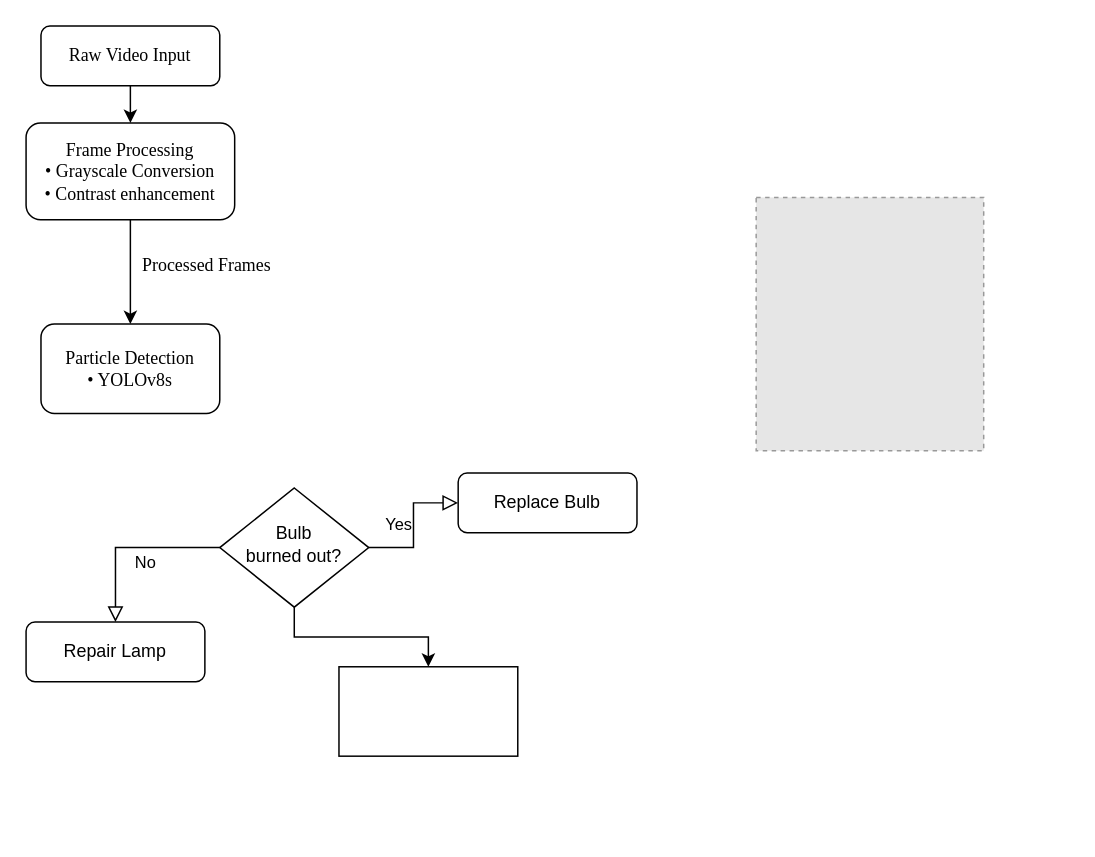
14790897/550-preprocess keeps this draw.io diagram as Untitled Diagram.drawio. Above is the earlier version. Source tidied: cells renumbered, new cells numbered last; positions are measured from the earlier drawing's top-left corner, leaving out a move shared by most shapes. Both pictures are drawn from the tidied source at 149%, with x=0, y=0 at pixel (25, 25). Pictures stored in the file or linked from it are replaced by grey dashed boxes.
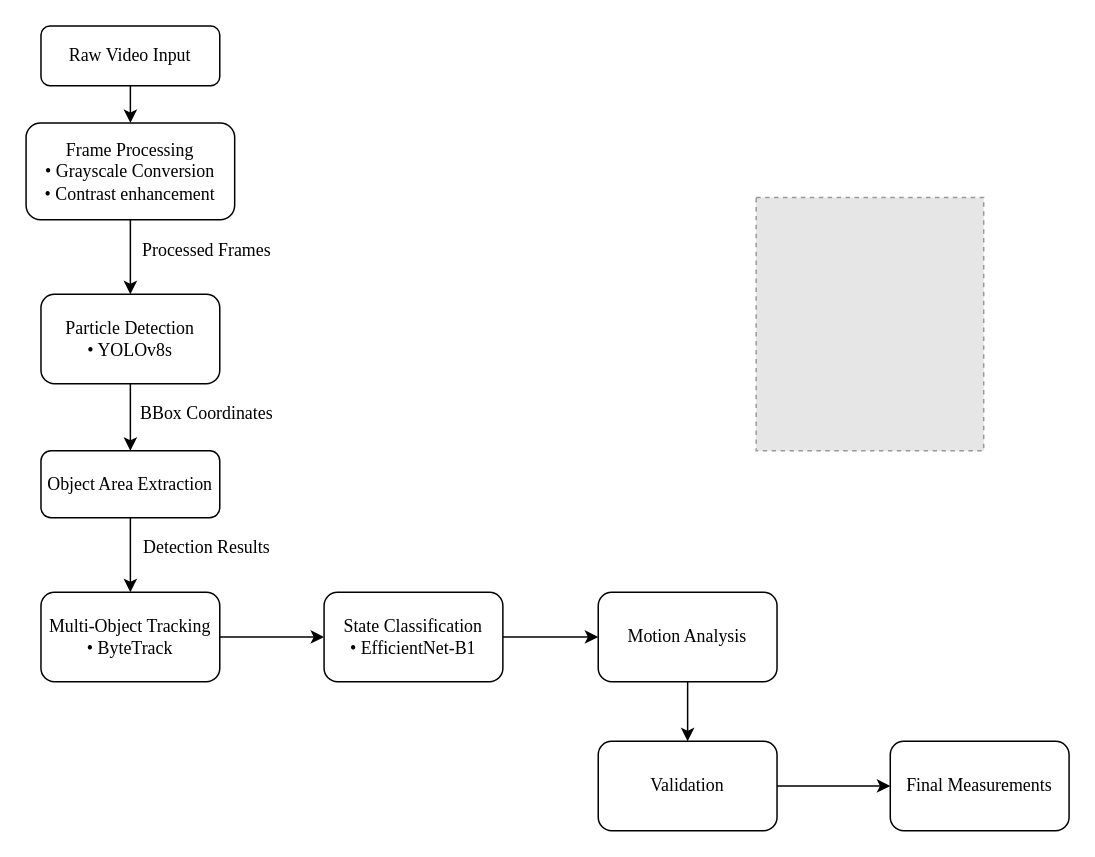
The same page after the edit.

Unchanged cells that the change refers to:
```xml
<mxCell id="12" style="edgeStyle=orthogonalEdgeStyle;rounded=0;jettySize=auto;html=1;entryX=0.5;entryY=0;entryDx=0;entryDy=0;fontFamily=Times New Roman;fontSize=12;fontColor=default;" parent="1" edge="1" source="14" target="15">
  <mxGeometry relative="1" as="geometry" />
</mxCell>
```

What changed in the source:
```diff
@@
-    <mxCell id="4" value="No" style="rounded=0;html=1;jettySize=auto;fontSize=11;endArrow=block;endFill=0;endSize=8;strokeWidth=1;shadow=0;labelBackgroundColor=none;edgeStyle=orthogonalEdgeStyle;" parent="1" edge="1" source="7" target="8">
-      <mxGeometry x="0.33" y="20" relative="1" as="geometry" />
-    </mxCell>
-    <mxCell id="5" value="Yes" style="edgeStyle=orthogonalEdgeStyle;rounded=0;html=1;jettySize=auto;fontSize=11;endArrow=block;endFill=0;endSize=8;strokeWidth=1;shadow=0;labelBackgroundColor=none;" parent="1" edge="1" source="7" target="9">
-      <mxGeometry y="10" relative="1" as="geometry" />
-    </mxCell>
-    <mxCell id="6" style="edgeStyle=orthogonalEdgeStyle;rounded=0;jettySize=auto;html=1;exitX=0.5;exitY=1;exitDx=0;exitDy=0;entryX=0.5;entryY=0;entryDx=0;entryDy=0;" parent="1" edge="1" source="7" target="11">
-      <mxGeometry relative="1" as="geometry" />
-    </mxCell>
-    <mxCell id="7" value="Bulb&lt;br&gt;burned out?" style="rhombus;whiteSpace=wrap;html=1;shadow=0;fontFamily=Helvetica;fontSize=12;align=center;strokeWidth=1;spacing=6;spacingTop=-4;" parent="1" vertex="1">
-      <mxGeometry x="130" y="310" width="100" height="80" as="geometry" />
-    </mxCell>
-    <mxCell id="8" value="Repair Lamp" style="rounded=1;whiteSpace=wrap;html=1;fontSize=12;glass=0;strokeWidth=1;shadow=0;" parent="1" vertex="1">
-      <mxGeometry y="400" width="120" height="40" as="geometry" />
-    </mxCell>
-    <mxCell id="9" value="Replace Bulb" style="rounded=1;whiteSpace=wrap;html=1;fontSize=12;glass=0;strokeWidth=1;shadow=0;" parent="1" vertex="1">
-      <mxGeometry x="290" y="300" width="120" height="40" as="geometry" />
-    </mxCell>
@@
-    <mxCell id="11" style="rounded=0;whiteSpace=wrap;html=1;" parent="1" vertex="1">
-      <mxGeometry x="210" y="430" width="120" height="60" as="geometry" />
-    </mxCell>
@@
     <mxCell id="13" value="Processed Frames" style="edgeLabel;html=1;align=center;verticalAlign=middle;rounded=1;shadow=0;glass=0;strokeColor=default;strokeWidth=1;fontFamily=Times New Roman;fontSize=12;fontColor=default;fillColor=default;" parent="12" vertex="1">
       <mxGeometry x="-0.74" relative="1" as="geometry">
-        <mxPoint x="50" y="21" as="offset" />
+        <mxPoint x="50" y="13" as="offset" />
       </mxGeometry>
     </mxCell>
@@
+    <mxCell id="16" style="edgeStyle=orthogonalEdgeStyle;rounded=0;jettySize=auto;html=1;entryX=0.5;entryY=0;entryDx=0;entryDy=0;fontFamily=Times New Roman;fontSize=12;fontColor=default;" parent="1" edge="1" source="15" target="20">
+      <mxGeometry relative="1" as="geometry" />
+    </mxCell>
+    <mxCell id="17" value="BBox Coordinates" style="edgeLabel;html=1;align=center;verticalAlign=middle;rounded=1;shadow=0;glass=0;strokeColor=default;strokeWidth=1;fontFamily=Times New Roman;fontSize=12;fontColor=default;fillColor=default;" parent="16" vertex="1">
+      <mxGeometry x="-0.16" y="-1" relative="1" as="geometry">
+        <mxPoint x="51" as="offset" />
+      </mxGeometry>
+    </mxCell>
     <mxCell id="15" value="Particle Detection&lt;div&gt;• YOLOv8s&lt;/div&gt;" style="rounded=1;whiteSpace=wrap;html=1;shadow=0;glass=0;strokeColor=default;strokeWidth=1;align=center;verticalAlign=middle;fontFamily=Times New Roman;fontSize=12;fontColor=default;fillColor=default;" parent="1" vertex="1">
-      <mxGeometry x="10" y="200" width="120" height="60" as="geometry" />
+      <mxGeometry x="10" y="180" width="120" height="60" as="geometry" />
     </mxCell>
+    <mxCell id="18" style="edgeStyle=orthogonalEdgeStyle;rounded=0;jettySize=auto;html=1;entryX=0.5;entryY=0;entryDx=0;entryDy=0;fontFamily=Times New Roman;fontSize=12;fontColor=default;" parent="1" edge="1" source="20" target="22">
+      <mxGeometry relative="1" as="geometry" />
+    </mxCell>
+    <mxCell id="19" value="Detection Results" style="edgeLabel;html=1;align=center;verticalAlign=middle;rounded=1;shadow=0;glass=0;strokeColor=default;strokeWidth=1;fontFamily=Times New Roman;fontSize=12;fontColor=default;fillColor=default;" parent="18" vertex="1">
+      <mxGeometry x="-0.25" y="-1" relative="1" as="geometry">
+        <mxPoint x="51" as="offset" />
+      </mxGeometry>
+    </mxCell>
+    <mxCell id="20" value="Object Area Extraction" style="rounded=1;whiteSpace=wrap;html=1;shadow=0;glass=0;strokeColor=default;strokeWidth=1;align=center;verticalAlign=middle;fontFamily=Times New Roman;fontSize=12;fontColor=default;fillColor=default;" parent="1" vertex="1">
+      <mxGeometry x="10" y="285" width="120" height="45" as="geometry" />
+    </mxCell>
+    <mxCell id="21" style="edgeStyle=orthogonalEdgeStyle;rounded=0;jettySize=auto;html=1;entryX=0;entryY=0.5;entryDx=0;entryDy=0;fontFamily=Times New Roman;fontSize=12;fontColor=default;" parent="1" edge="1" source="22" target="24">
+      <mxGeometry relative="1" as="geometry" />
+    </mxCell>
+    <mxCell id="22" value="Multi-Object Tracking&lt;div&gt;• ByteTrack&lt;/div&gt;" style="rounded=1;whiteSpace=wrap;html=1;shadow=0;glass=0;strokeColor=default;strokeWidth=1;align=center;verticalAlign=middle;fontFamily=Times New Roman;fontSize=12;fontColor=default;fillColor=default;" parent="1" vertex="1">
+      <mxGeometry x="10" y="380" width="120" height="60" as="geometry" />
+    </mxCell>
+    <mxCell id="23" style="edgeStyle=orthogonalEdgeStyle;rounded=0;jettySize=auto;html=1;entryX=0;entryY=0.5;entryDx=0;entryDy=0;fontFamily=Times New Roman;fontSize=12;fontColor=default;" parent="1" edge="1" source="24" target="26">
+      <mxGeometry relative="1" as="geometry" />
+    </mxCell>
+    <mxCell id="24" value="State Classification&lt;div&gt;• EfficientNet-B1&lt;/div&gt;" style="rounded=1;whiteSpace=wrap;html=1;shadow=0;glass=0;strokeColor=default;strokeWidth=1;align=center;verticalAlign=middle;fontFamily=Times New Roman;fontSize=12;fontColor=default;fillColor=default;" parent="1" vertex="1">
+      <mxGeometry x="200" y="380" width="120" height="60" as="geometry" />
+    </mxCell>
+    <mxCell id="25" style="edgeStyle=orthogonalEdgeStyle;rounded=0;jettySize=auto;html=1;entryX=0.5;entryY=0;entryDx=0;entryDy=0;fontFamily=Times New Roman;fontSize=12;fontColor=default;" parent="1" edge="1" source="26" target="28">
+      <mxGeometry relative="1" as="geometry" />
+    </mxCell>
+    <mxCell id="26" value="Motion Analysis" style="rounded=1;whiteSpace=wrap;html=1;shadow=0;glass=0;strokeColor=default;strokeWidth=1;align=center;verticalAlign=middle;fontFamily=Times New Roman;fontSize=12;fontColor=default;fillColor=default;" parent="1" vertex="1">
+      <mxGeometry x="384" y="380" width="120" height="60" as="geometry" />
+    </mxCell>
+    <mxCell id="27" style="edgeStyle=orthogonalEdgeStyle;rounded=0;jettySize=auto;html=1;fontFamily=Times New Roman;fontSize=12;fontColor=default;" parent="1" edge="1" source="28" target="29">
+      <mxGeometry relative="1" as="geometry" />
+    </mxCell>
+    <mxCell id="28" value="Validation" style="rounded=1;whiteSpace=wrap;html=1;shadow=0;glass=0;strokeColor=default;strokeWidth=1;align=center;verticalAlign=middle;fontFamily=Times New Roman;fontSize=12;fontColor=default;fillColor=default;" parent="1" vertex="1">
+      <mxGeometry x="384" y="480" width="120" height="60" as="geometry" />
+    </mxCell>
+    <mxCell id="29" value="Final Measurements" style="rounded=1;whiteSpace=wrap;html=1;shadow=0;glass=0;strokeColor=default;strokeWidth=1;align=center;verticalAlign=middle;fontFamily=Times New Roman;fontSize=12;fontColor=default;fillColor=default;" parent="1" vertex="1">
+      <mxGeometry x="580" y="480" width="120" height="60" as="geometry" />
+    </mxCell>
```
